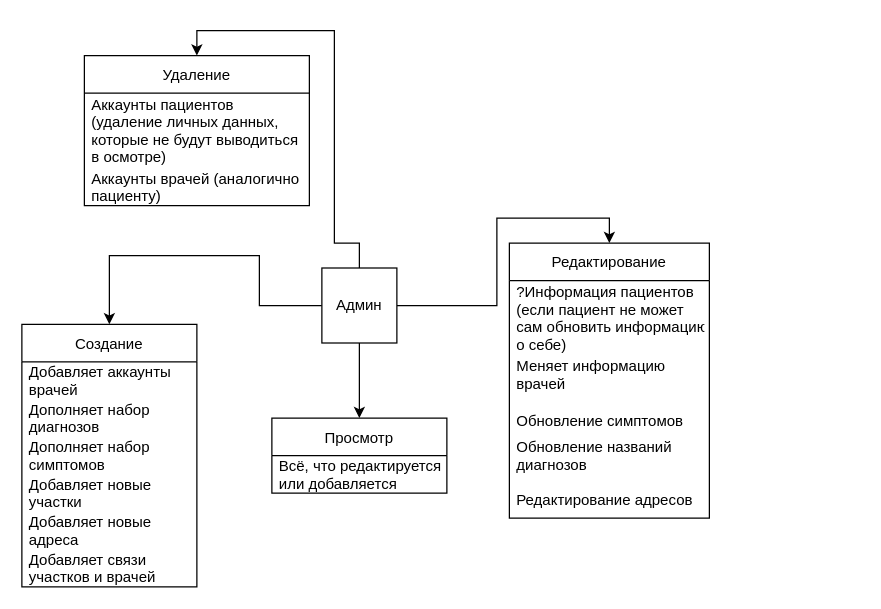
Above: page "Админ" (4 of 4) of Требования к проекту.drawio in Rubelewaskes/Hospital (draw.io), before the change. Source tidied: cells renumbered, new cells numbered last; positions are measured from the earlier drawing's top-left corner, leaving out a move shared by most shapes. Both pictures are drawn from the tidied source at 125%, with x=0, y=0 at pixel (21, 30).
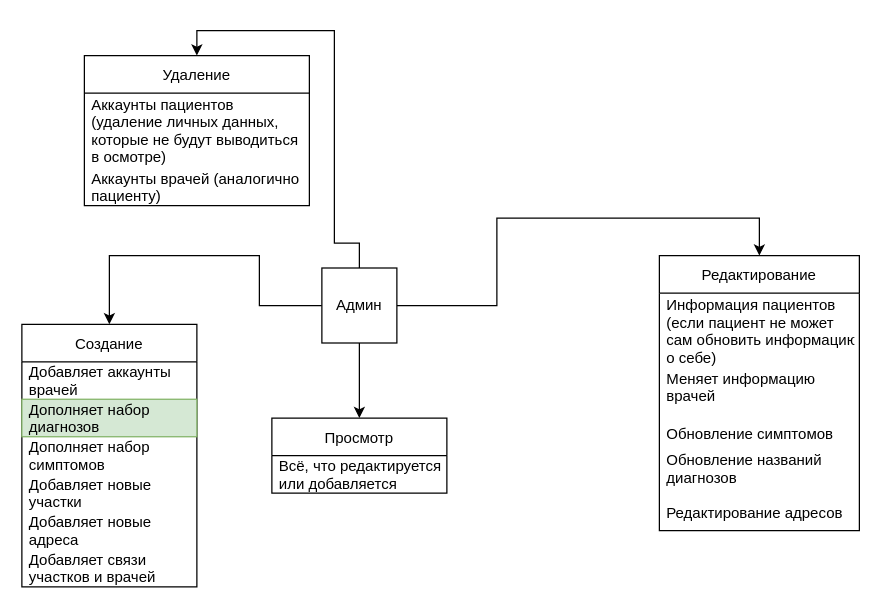
The same diagram, later.

Unchanged cells that the change refers to:
```xml
<mxCell id="2" value="Создание" style="swimlane;fontStyle=0;horizontal=1;startSize=30;" parent="1" vertex="1">
  <mxGeometry y="234.9" width="140" height="210" as="geometry" />
</mxCell>
<mxCell id="19" value="Админ" style="whiteSpace=wrap;html=1;" parent="1" vertex="1">
  <mxGeometry x="240" y="189.9" width="60" height="60" as="geometry" />
</mxCell>
```

The edit, as a diff of the source:
```diff
@@
-    <mxCell id="4" value="Дополняет набор&#10;диагнозов" style="text;strokeColor=none;fillColor=none;align=left;verticalAlign=middle;spacingLeft=4;spacingRight=4;overflow=hidden;" parent="2" vertex="1">
+    <mxCell id="4" value="Дополняет набор&#10;диагнозов" style="text;strokeColor=#82b366;fillColor=#d5e8d4;align=left;verticalAlign=middle;spacingLeft=4;spacingRight=4;overflow=hidden;" parent="2" vertex="1">
       <mxGeometry y="60" width="140" height="30" as="geometry" />
     </mxCell>
@@
     <mxCell id="9" value="Редактирование" style="swimlane;fontStyle=0;horizontal=1;startSize=30;" parent="1" vertex="1">
-      <mxGeometry x="390" y="169.9" width="160" height="220" as="geometry" />
+      <mxGeometry x="510" y="180" width="160" height="220" as="geometry" />
     </mxCell>
-    <mxCell id="10" value="?Информация пациентов &#10;(если пациент не может &#10;сам обновить информацию&#10;о себе)" style="text;strokeColor=none;fillColor=none;align=left;verticalAlign=middle;spacingLeft=4;spacingRight=4;overflow=hidden;" parent="9" vertex="1">
+    <mxCell id="10" value="Информация пациентов &#10;(если пациент не может &#10;сам обновить информацию&#10;о себе)" style="text;strokeColor=none;fillColor=none;align=left;verticalAlign=middle;spacingLeft=4;spacingRight=4;overflow=hidden;" parent="9" vertex="1">
       <mxGeometry y="30" width="160" height="60" as="geometry" />
     </mxCell>
@@
     <mxCell id="15" style="edgeStyle=orthogonalEdgeStyle;rounded=0;jettySize=auto;html=1;entryX=0.5;entryY=0;entryDx=0;entryDy=0;" parent="1" edge="1" source="19" target="9">
       <mxGeometry relative="1" as="geometry">
         <Array as="points">
-          <mxPoint x="380" y="219.9" />
-          <mxPoint x="380" y="149.9" />
-          <mxPoint x="470" y="149.9" />
+          <mxPoint x="380" y="220" />
+          <mxPoint x="380" y="150" />
+          <mxPoint x="590" y="150" />
         </Array>
       </mxGeometry>
     </mxCell>
```
